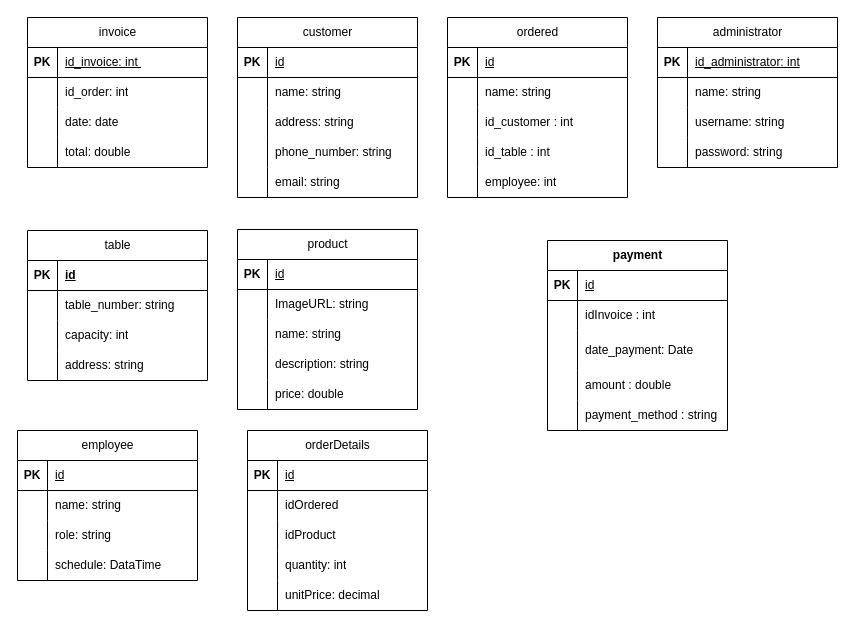
Earlier version of the draw.io diagram page "ER" (2 of 3) of Documents/Diagrama sin título.drawio (KevinAlvarezD/RestAdmin). Source tidied: cells renumbered, new cells numbered last; positions are measured from the earlier drawing's top-left corner, leaving out a move shared by most shapes. Both pictures are drawn from the tidied source at 100%, with x=0, y=0 at pixel (17, 17).
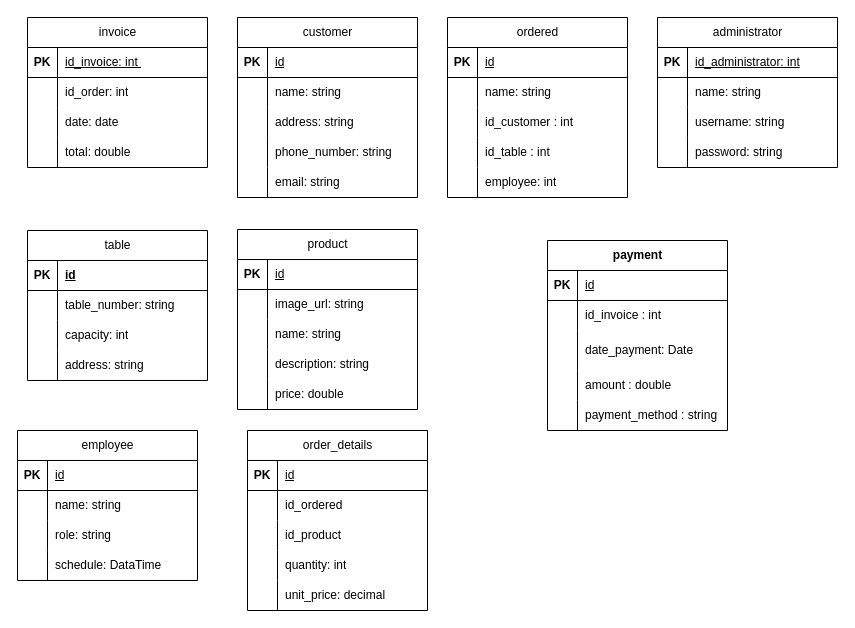
After the change.

Commit message:
The diagram was updated.drawio

Unchanged cells that the change refers to:
```xml
<mxCell id="64" style="shape=tableRow;horizontal=0;startSize=0;swimlaneHead=0;swimlaneBody=0;fillColor=none;top=0;left=0;right=0;bottom=0;" parent="60" vertex="1">
  <mxGeometry y="60" width="180" height="30" as="geometry" />
</mxCell>
<mxCell id="80" style="shape=tableRow;horizontal=0;startSize=0;swimlaneHead=0;swimlaneBody=0;fillColor=none;top=0;left=0;right=0;bottom=0;" parent="76" vertex="1">
  <mxGeometry y="60" width="180" height="30" as="geometry" />
</mxCell>
<mxCell id="96" style="shape=tableRow;horizontal=0;startSize=0;swimlaneHead=0;swimlaneBody=0;fillColor=none;top=0;left=0;right=0;bottom=0;" parent="92" vertex="1">
  <mxGeometry y="60" width="180" height="30" as="geometry" />
</mxCell>
<mxCell id="99" style="shape=tableRow;horizontal=0;startSize=0;swimlaneHead=0;swimlaneBody=0;fillColor=none;top=0;left=0;right=0;bottom=0;" parent="92" vertex="1">
  <mxGeometry y="90" width="180" height="30" as="geometry" />
</mxCell>
<mxCell id="105" style="shape=tableRow;horizontal=0;startSize=0;swimlaneHead=0;swimlaneBody=0;fillColor=none;top=0;left=0;right=0;bottom=0;" parent="92" vertex="1">
  <mxGeometry y="150" width="180" height="30" as="geometry" />
</mxCell>
```

Diff of the diagram source:
```diff
@@
-    <mxCell id="66" value="&lt;span style=&quot;text-wrap: nowrap;&quot;&gt;ImageURL: string&lt;/span&gt;" style="shape=partialRectangle;fillColor=none;top=0;left=0;bottom=0;right=0;align=left;spacingLeft=6;overflow=hidden;whiteSpace=wrap;html=1;" parent="64" vertex="1">
+    <mxCell id="66" value="&lt;span style=&quot;text-wrap: nowrap;&quot;&gt;image_url: string&lt;/span&gt;" style="shape=partialRectangle;fillColor=none;top=0;left=0;bottom=0;right=0;align=left;spacingLeft=6;overflow=hidden;whiteSpace=wrap;html=1;" parent="64" vertex="1">
       <mxGeometry x="30" width="150" height="30" as="geometry" />
     </mxCell>
@@
-    <mxCell id="82" value="&lt;span style=&quot;text-wrap: nowrap;&quot;&gt;idInvoice : int&lt;/span&gt;" style="shape=partialRectangle;fillColor=none;top=0;left=0;bottom=0;right=0;align=left;spacingLeft=6;overflow=hidden;whiteSpace=wrap;html=1;" parent="80" vertex="1">
+    <mxCell id="82" value="&lt;span style=&quot;text-wrap: nowrap;&quot;&gt;id_invoice : int&lt;/span&gt;" style="shape=partialRectangle;fillColor=none;top=0;left=0;bottom=0;right=0;align=left;spacingLeft=6;overflow=hidden;whiteSpace=wrap;html=1;" parent="80" vertex="1">
       <mxGeometry x="30" width="150" height="30" as="geometry" />
     </mxCell>
@@
-    <mxCell id="92" value="&lt;span style=&quot;font-weight: 400;&quot;&gt;orderDetails&lt;/span&gt;" style="shape=table;startSize=30;childLayout=tableLayout;rowLines=0;fontStyle=1;align=center;html=1;" parent="1" vertex="1">
+    <mxCell id="92" value="&lt;span style=&quot;font-weight: 400;&quot;&gt;order_details&lt;/span&gt;" style="shape=table;startSize=30;childLayout=tableLayout;rowLines=0;fontStyle=1;align=center;html=1;" parent="1" vertex="1">
       <mxGeometry x="230" y="413" width="180" height="180" as="geometry" />
     </mxCell>
@@
-    <mxCell id="98" value="&lt;span style=&quot;text-wrap: nowrap;&quot;&gt;idOrdered&lt;/span&gt;" style="shape=partialRectangle;fillColor=none;top=0;left=0;bottom=0;right=0;align=left;spacingLeft=6;overflow=hidden;whiteSpace=wrap;html=1;" parent="96" vertex="1">
+    <mxCell id="98" value="&lt;span style=&quot;text-wrap: nowrap;&quot;&gt;id_ordered&lt;/span&gt;" style="shape=partialRectangle;fillColor=none;top=0;left=0;bottom=0;right=0;align=left;spacingLeft=6;overflow=hidden;whiteSpace=wrap;html=1;" parent="96" vertex="1">
       <mxGeometry x="30" width="150" height="30" as="geometry" />
     </mxCell>
@@
-    <mxCell id="101" value="&lt;span style=&quot;text-wrap: nowrap;&quot;&gt;idProduct&lt;/span&gt;" style="shape=partialRectangle;fillColor=none;top=0;left=0;bottom=0;right=0;align=left;spacingLeft=6;overflow=hidden;whiteSpace=wrap;html=1;" parent="99" vertex="1">
+    <mxCell id="101" value="&lt;span style=&quot;text-wrap: nowrap;&quot;&gt;id_product&lt;/span&gt;" style="shape=partialRectangle;fillColor=none;top=0;left=0;bottom=0;right=0;align=left;spacingLeft=6;overflow=hidden;whiteSpace=wrap;html=1;" parent="99" vertex="1">
       <mxGeometry x="30" width="150" height="30" as="geometry" />
     </mxCell>
@@
-    <mxCell id="107" value="&lt;span style=&quot;text-wrap: nowrap;&quot;&gt;unitPrice: decimal&lt;/span&gt;" style="shape=partialRectangle;fillColor=none;top=0;left=0;bottom=0;right=0;align=left;spacingLeft=6;overflow=hidden;whiteSpace=wrap;html=1;" parent="105" vertex="1">
+    <mxCell id="107" value="&lt;span style=&quot;text-wrap: nowrap;&quot;&gt;unit_price: decimal&lt;/span&gt;" style="shape=partialRectangle;fillColor=none;top=0;left=0;bottom=0;right=0;align=left;spacingLeft=6;overflow=hidden;whiteSpace=wrap;html=1;" parent="105" vertex="1">
       <mxGeometry x="30" width="150" height="30" as="geometry" />
     </mxCell>
```
